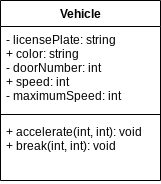
Yiyun-Qin/ics4u-unit2-05-typescript keeps this draw.io diagram as design.vehicle.classDiagram.png. Above is the earlier version. Source tidied: cells renumbered, new cells last; positions are measured from the earlier drawing's top-left corner, leaving out a move shared by most shapes.
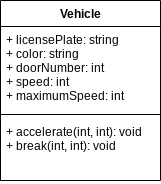
After the change.

Commit message:
class diagram

Change to the diagram source:
```diff
@@ -5,7 +5,7 @@
     <mxCell id="2" value="Vehicle" style="swimlane;fontStyle=1;align=center;verticalAlign=top;horizontal=1;startSize=26;" parent="1" vertex="1">
       <mxGeometry width="160" height="180" as="geometry" />
     </mxCell>
-    <mxCell id="3" value="- licensePlate: string&#10;+ color: string&#10;- doorNumber: int&#10;+ speed: int&#10;- maximumSpeed: int" style="text;strokeColor=none;fillColor=none;align=left;verticalAlign=top;spacingLeft=4;spacingRight=4;overflow=hidden;" parent="2" vertex="1">
+    <mxCell id="3" value="+ licensePlate: string&#10;+ color: string&#10;+ doorNumber: int&#10;+ speed: int&#10;+ maximumSpeed: int" style="text;strokeColor=none;fillColor=none;align=left;verticalAlign=top;spacingLeft=4;spacingRight=4;overflow=hidden;" parent="2" vertex="1">
       <mxGeometry y="26" width="160" height="84" as="geometry" />
     </mxCell>
     <mxCell id="4" style="line;strokeWidth=1;fillColor=none;align=left;verticalAlign=middle;spacingTop=-1;spacingLeft=3;spacingRight=3;labelPosition=right;" parent="2" vertex="1">
```
